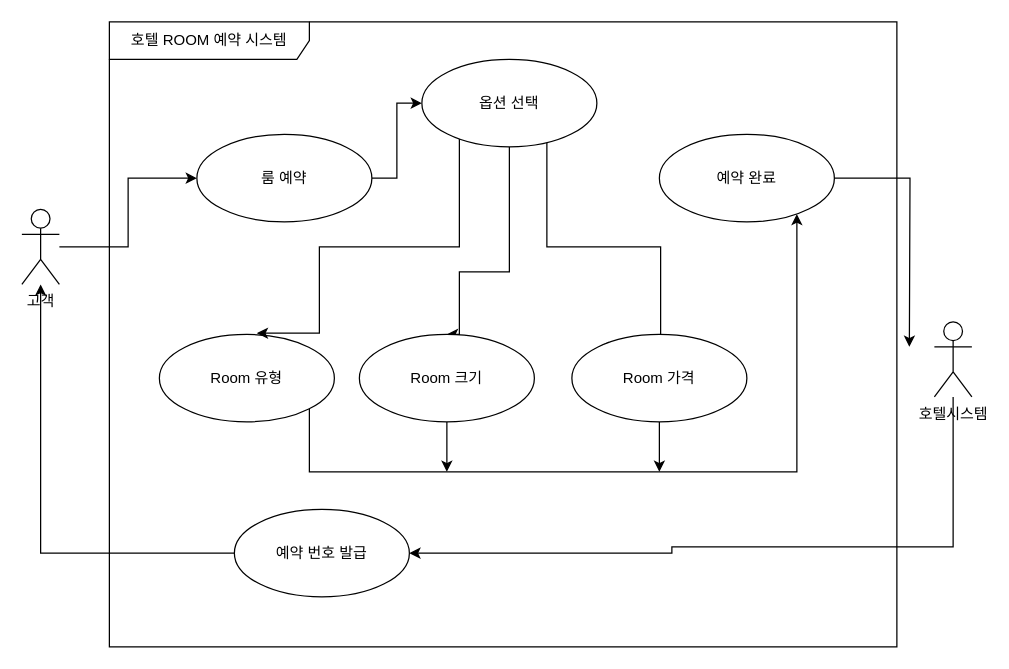
The draw.io diagram 호텔예약UC.drawio in JYOh77/javaproj, before the edit. Source tidied: cells renumbered, new cells numbered last; positions are measured from the earlier drawing's top-left corner, leaving out a move shared by most shapes. Both pictures are drawn from the tidied source at 125%, with x=0, y=0 at pixel (21, 21).
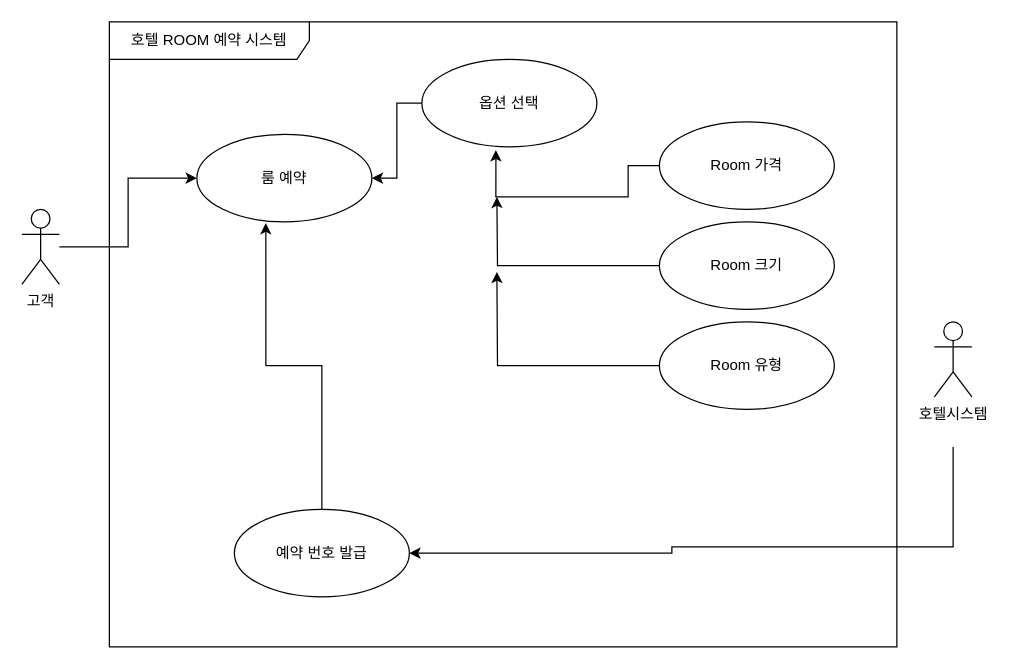
After the change.

Commit message (it also covers changes not shown here):
호텔예약UC.drawio 업데이트

The change refers to these unchanged cells:
```xml
<mxCell id="3" value="고객" style="shape=umlActor;verticalLabelPosition=bottom;verticalAlign=top;html=1;" parent="1" vertex="1">
  <mxGeometry y="150" width="30" height="60" as="geometry" />
</mxCell>
<mxCell id="5" value="호텔시스템" style="shape=umlActor;verticalLabelPosition=bottom;verticalAlign=top;html=1;" parent="1" vertex="1">
  <mxGeometry x="730" y="240" width="30" height="60" as="geometry" />
</mxCell>
<mxCell id="8" value="룸 예약" style="ellipse;whiteSpace=wrap;html=1;" parent="1" vertex="1">
  <mxGeometry x="140" y="90" width="140" height="70" as="geometry" />
</mxCell>
<mxCell id="11" value="옵션 선택" style="ellipse;whiteSpace=wrap;html=1;" parent="1" vertex="1">
  <mxGeometry x="320" y="30" width="140" height="70" as="geometry" />
</mxCell>
<mxCell id="13" value="예약 번호 발급" style="ellipse;whiteSpace=wrap;html=1;" parent="1" vertex="1">
  <mxGeometry x="170" y="390" width="140" height="70" as="geometry" />
</mxCell>
```

The edit, as a diff of the source:
```diff
@@
-    <mxCell id="4" style="edgeStyle=orthogonalEdgeStyle;rounded=0;jettySize=auto;html=1;entryX=1;entryY=0.5;entryDx=0;entryDy=0;" parent="1" edge="1" source="5" target="13">
+    <mxCell id="4" style="edgeStyle=orthogonalEdgeStyle;rounded=0;jettySize=auto;html=1;entryX=1;entryY=0.5;entryDx=0;entryDy=0;" parent="1" edge="1" target="13">
       <mxGeometry relative="1" as="geometry">
+        <mxPoint x="745" y="340" as="sourcePoint" />
         <Array as="points">
           <mxPoint x="745" y="420" />
           <mxPoint x="520" y="420" />
           <mxPoint x="520" y="425" />
         </Array>
       </mxGeometry>
     </mxCell>
@@
-    <mxCell id="7" style="edgeStyle=orthogonalEdgeStyle;rounded=0;jettySize=auto;html=1;entryX=0;entryY=0.5;entryDx=0;entryDy=0;" parent="1" edge="1" source="8" target="11">
-      <mxGeometry relative="1" as="geometry" />
-    </mxCell>
@@
-    <mxCell id="9" style="edgeStyle=orthogonalEdgeStyle;rounded=0;jettySize=auto;html=1;entryX=0.5;entryY=0;entryDx=0;entryDy=0;" parent="1" edge="1" source="11" target="21">
-      <mxGeometry relative="1" as="geometry">
-        <Array as="points">
-          <mxPoint x="390" y="200" />
-          <mxPoint x="350" y="200" />
-          <mxPoint x="350" y="250" />
-        </Array>
-      </mxGeometry>
-    </mxCell>
-    <mxCell id="10" style="edgeStyle=orthogonalEdgeStyle;rounded=0;jettySize=auto;html=1;entryX=0;entryY=0;entryDx=0;entryDy=0;" parent="1" edge="1" source="11" target="19">
-      <mxGeometry relative="1" as="geometry">
-        <Array as="points">
-          <mxPoint x="420" y="180" />
-          <mxPoint x="511" y="180" />
-        </Array>
-      </mxGeometry>
-    </mxCell>
+    <mxCell id="23" style="edgeStyle=orthogonalEdgeStyle;rounded=0;jettySize=auto;html=1;" parent="1" edge="1" source="11" target="8">
+      <mxGeometry relative="1" as="geometry" />
+    </mxCell>
@@
-    <mxCell id="12" style="edgeStyle=orthogonalEdgeStyle;rounded=0;jettySize=auto;html=1;" parent="1" edge="1" source="13" target="3">
-      <mxGeometry relative="1" as="geometry" />
-    </mxCell>
@@
-    <mxCell id="14" style="edgeStyle=orthogonalEdgeStyle;rounded=0;jettySize=auto;html=1;" parent="1" edge="1" source="15">
-      <mxGeometry relative="1" as="geometry">
-        <mxPoint x="710" y="260" as="targetPoint" />
-      </mxGeometry>
-    </mxCell>
-    <mxCell id="15" value="예약 완료" style="ellipse;whiteSpace=wrap;html=1;" parent="1" vertex="1">
-      <mxGeometry x="510" y="90" width="140" height="70" as="geometry" />
-    </mxCell>
-    <mxCell id="16" style="edgeStyle=orthogonalEdgeStyle;rounded=0;jettySize=auto;html=1;" parent="1" edge="1" source="17" target="15">
-      <mxGeometry relative="1" as="geometry">
-        <Array as="points">
-          <mxPoint x="230" y="360" />
-          <mxPoint x="620" y="360" />
-        </Array>
-      </mxGeometry>
-    </mxCell>
+    <mxCell id="24" style="edgeStyle=orthogonalEdgeStyle;rounded=0;jettySize=auto;html=1;" parent="1" edge="1" source="17">
+      <mxGeometry relative="1" as="geometry">
+        <mxPoint x="380" y="200" as="targetPoint" />
+      </mxGeometry>
+    </mxCell>
     <mxCell id="17" value="Room 유형" style="ellipse;whiteSpace=wrap;html=1;" parent="1" vertex="1">
-      <mxGeometry x="110" y="250" width="140" height="70" as="geometry" />
+      <mxGeometry x="510" y="240" width="140" height="70" as="geometry" />
     </mxCell>
-    <mxCell id="18" style="edgeStyle=orthogonalEdgeStyle;rounded=0;jettySize=auto;html=1;" parent="1" edge="1" source="19">
-      <mxGeometry relative="1" as="geometry">
-        <mxPoint x="510" y="360" as="targetPoint" />
-      </mxGeometry>
-    </mxCell>
     <mxCell id="19" value="Room 가격" style="ellipse;whiteSpace=wrap;html=1;" parent="1" vertex="1">
-      <mxGeometry x="440" y="250" width="140" height="70" as="geometry" />
+      <mxGeometry x="510" y="80" width="140" height="70" as="geometry" />
     </mxCell>
-    <mxCell id="20" style="edgeStyle=orthogonalEdgeStyle;rounded=0;jettySize=auto;html=1;" parent="1" edge="1" source="21">
-      <mxGeometry relative="1" as="geometry">
-        <mxPoint x="340" y="360" as="targetPoint" />
-      </mxGeometry>
-    </mxCell>
+    <mxCell id="25" style="edgeStyle=orthogonalEdgeStyle;rounded=0;jettySize=auto;html=1;" parent="1" edge="1" source="21">
+      <mxGeometry relative="1" as="geometry">
+        <mxPoint x="380" y="140" as="targetPoint" />
+      </mxGeometry>
+    </mxCell>
     <mxCell id="21" value="Room 크기" style="ellipse;whiteSpace=wrap;html=1;" parent="1" vertex="1">
-      <mxGeometry x="270" y="250" width="140" height="70" as="geometry" />
+      <mxGeometry x="510" y="160" width="140" height="70" as="geometry" />
     </mxCell>
-    <mxCell id="22" style="edgeStyle=orthogonalEdgeStyle;rounded=0;jettySize=auto;html=1;entryX=0.557;entryY=-0.014;entryDx=0;entryDy=0;entryPerimeter=0;" parent="1" edge="1" source="11" target="17">
-      <mxGeometry relative="1" as="geometry">
-        <Array as="points">
-          <mxPoint x="350" y="180" />
-          <mxPoint x="238" y="180" />
-          <mxPoint x="238" y="249" />
-        </Array>
-      </mxGeometry>
-    </mxCell>
+    <mxCell id="26" style="edgeStyle=orthogonalEdgeStyle;rounded=0;jettySize=auto;html=1;entryX=0.394;entryY=1.014;entryDx=0;entryDy=0;entryPerimeter=0;" parent="1" edge="1" source="13" target="8">
+      <mxGeometry relative="1" as="geometry" />
+    </mxCell>
+    <mxCell id="27" style="edgeStyle=orthogonalEdgeStyle;rounded=0;jettySize=auto;html=1;entryX=0.423;entryY=1.037;entryDx=0;entryDy=0;entryPerimeter=0;" parent="1" edge="1" source="19" target="11">
+      <mxGeometry relative="1" as="geometry">
+        <Array as="points">
+          <mxPoint x="485" y="115" />
+          <mxPoint x="485" y="140" />
+          <mxPoint x="379" y="140" />
+        </Array>
+      </mxGeometry>
+    </mxCell>
```
